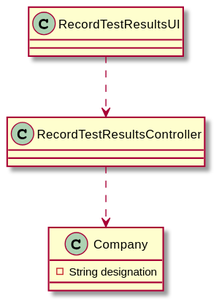
The PlantUML diagram docs/SprintD/SprintC/US12/US12_CD.svg in manu-07-ela/LAPR2_ISEP, before a commit. Source of this version:
```plantuml
@startuml

class Company{
-String designation

}

class RecordTestResultsUI{

}

class RecordTestResultsController{

}

RecordTestResultsUI ..> RecordTestResultsController
RecordTestResultsController ..> Company

@enduml
```
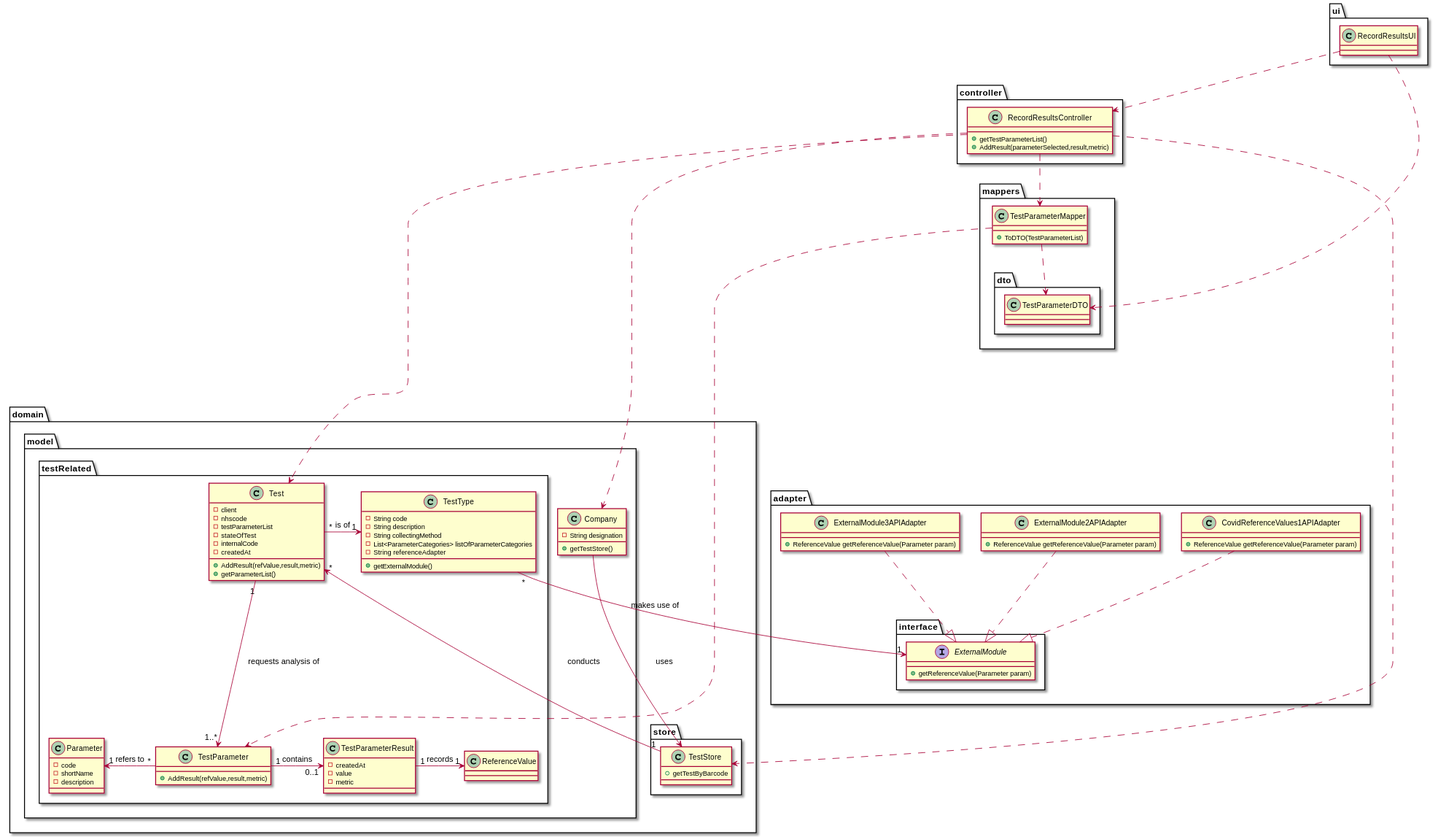
The same diagram one commit later.

Commit message:
A small change in Domain model , update of the svg files of the artifacts of the US12 and a small addiction in Client class

Change to the diagram source:
```diff
@@ -1,19 +1,155 @@
 @startuml
+
+
+package adapter{
+class CovidReferenceValues1APIAdapter
+class ExternalModule2APIAdapter
+class ExternalModule3APIAdapter
+package interface{
+class ExternalModule
+}
+}
+package mappers{
+class TestParameterMapper
+package dto{
+class TestParameterDTO
+}
+}
+
+package domain{
+package model{
+class Company
+package testRelated {
+class TestType
+class TestParameter
+class TestParameterResult
+class Test
+class Parameter
+class ReferenceValue
+}
+}
+package store{
+class TestStore
+}
+}
+
+
+package controller{
+class RecordResultsController
+}
+package ui{
+class RecordResultsUI
+}
+
+
+
 
 class Company{
 -String designation
++getTestStore()
+}
+
+class RecordResultsUI{
 
 }
 
-class RecordTestResultsUI{
+class RecordResultsController{
++getTestParameterList()
++AddResult(parameterSelected,result,metric)
+}
+
+class TestParameterMapper{
++ToDTO(TestParameterList)
+}
+
+class Test {
+-client
+-nhscode
+-testParameterList
+-stateOfTest
+-internalCode
+-createdAt
++AddResult(refValue,result,metric)
++getParameterList()
+}
+
+class TestStore{
++getTestByBarcode
+}
+
+class TestParameter{
++AddResult(refValue,result,metric)
+}
+
+
+class TestParameterResult{
+-createdAt
+-value
+-metric
+}
+
+class Parameter{
+-code
+-shortName
+-description
+}
+
+class TestParameterDTO{
+}
+
+class ReferenceValue{
 
 }
 
-class RecordTestResultsController{
+class TestType{
+  -String code
+  -String description
+  -String collectingMethod
+  -List<ParameterCategories> listOfParameterCategories
+  -String referenceAdapter
+  +getExternalModule()
 
 }
 
-RecordTestResultsUI ..> RecordTestResultsController
-RecordTestResultsController ..> Company
+class ExternalModule2APIAdapter{
+ +ReferenceValue getReferenceValue(Parameter param)
+}
+
+class ExternalModule3APIAdapter{
+ +ReferenceValue getReferenceValue(Parameter param)
+}
+
+class CovidReferenceValues1APIAdapter{
+ +ReferenceValue getReferenceValue(Parameter param)
+}
+
+
+interface ExternalModule{
++getReferenceValue(Parameter param)
+}
+
+
+
+RecordResultsUI ..> RecordResultsController
+RecordResultsUI ..> TestParameterDTO
+RecordResultsController ..> Company
+RecordResultsController ..> TestParameterMapper
+RecordResultsController ..> Test
+RecordResultsController ..> TestStore
+Company ---> TestStore : uses
+TestParameterMapper ......> TestParameter
+TestParameterMapper ..> TestParameterDTO
+TestType"*" --> "1" ExternalModule : makes use of
+TestStore "1" -> "*" Test : conducts
+Test "*" -> "1" TestType : is of
+Test "1" ---> "1..*" TestParameter : requests analysis of
+Parameter "1" <- "*" TestParameter : refers to
+TestParameter "1" -> "0..1" TestParameterResult : contains
+TestParameterResult "1" -> "1" ReferenceValue :records
+CovidReferenceValues1APIAdapter ..|> ExternalModule
+ExternalModule2APIAdapter ..|> ExternalModule
+ExternalModule3APIAdapter ..|> ExternalModule
+
+
 
 @enduml
```
